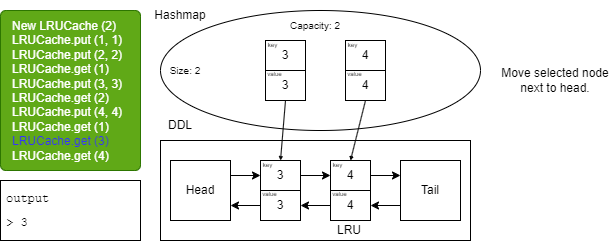
The draw.io diagram Final_Interview/slides/Slide14.png in bert799/CodingInterviews, before a commit. Source tidied: cells renumbered, new cells last; positions are measured from the earlier drawing's top-left corner, leaving out a move shared by most shapes. Its diagram source:
```xml
<mxGraphModel background="#ffffff">
  <root>
    <mxCell id="0" />
    <mxCell id="1" parent="0" />
    <mxCell id="2" value="&lt;span style=&quot;&quot;&gt;&#9;&lt;/span&gt;New LRUCache (2)&lt;br&gt;&lt;span style=&quot;&quot;&gt;&#9;&lt;/span&gt;LRUCache.put (1, 1)&lt;br&gt;&lt;span style=&quot;&quot;&gt;&#9;&lt;/span&gt;LRUCache.put (2, 2)&lt;br&gt;LRUCache.get (1)&lt;br&gt;LRUCache.put (3, 3)&lt;br&gt;LRUCache.get (2)&lt;br&gt;LRUCache.put (4, 4)&lt;br&gt;LRUCache.get (1)&lt;br&gt;&lt;font color=&quot;#3333ff&quot;&gt;LRUCache.get (3)&lt;br&gt;&lt;/font&gt;LRUCache.get (4)" style="rounded=1;whiteSpace=wrap;html=1;fillColor=#60a917;verticalAlign=top;align=left;arcSize=4;spacingTop=2;spacingLeft=10;spacingBottom=2;fontColor=#ffffff;strokeColor=#2D7600;" parent="1" vertex="1">
      <mxGeometry y="10" width="140" height="160" as="geometry" />
    </mxCell>
    <mxCell id="3" value="&lt;pre style=&quot;line-height: 0%;&quot;&gt;&lt;font color=&quot;#000000&quot;&gt;output&lt;/font&gt;&lt;/pre&gt;&lt;pre style=&quot;text-align: center; line-height: 0%;&quot;&gt;&lt;font color=&quot;#000000&quot;&gt;&lt;br&gt;&lt;/font&gt;&lt;/pre&gt;&lt;pre style=&quot;text-align: justify; line-height: 0%;&quot;&gt;&lt;font color=&quot;#000000&quot;&gt;&amp;gt; 3&lt;/font&gt;&lt;/pre&gt;" style="rounded=0;whiteSpace=wrap;html=1;verticalAlign=top;align=left;spacingLeft=4;fillColor=none;strokeColor=#000000;" parent="1" vertex="1">
      <mxGeometry y="180" width="140" height="60" as="geometry" />
    </mxCell>
    <mxCell id="4" style="rounded=0;whiteSpace=wrap;html=1;fontSize=12;fillColor=none;strokeColor=#000000;" parent="1" vertex="1">
      <mxGeometry x="160" y="140" width="310" height="100" as="geometry" />
    </mxCell>
    <mxCell id="5" style="edgeStyle=none;html=1;exitX=1;exitY=0.25;exitDx=0;exitDy=0;fontSize=10;fontColor=#FFFFFF;strokeColor=#000000;entryX=0;entryY=0.5;entryDx=0;entryDy=0;" parent="1" edge="1" source="6" target="28">
      <mxGeometry relative="1" as="geometry" />
    </mxCell>
    <mxCell id="6" value="&lt;font color=&quot;#000000&quot;&gt;Head&lt;/font&gt;" style="whiteSpace=wrap;html=1;rounded=0;strokeColor=#000000;fontSize=12;fillColor=none;" parent="1" vertex="1">
      <mxGeometry x="170" y="160" width="60" height="60" as="geometry" />
    </mxCell>
    <mxCell id="7" style="edgeStyle=none;html=1;exitX=0;exitY=0.75;exitDx=0;exitDy=0;entryX=1;entryY=0.5;entryDx=0;entryDy=0;strokeColor=#000000;fontSize=10;fontColor=#FFFFFF;" parent="1" edge="1" source="8" target="17">
      <mxGeometry relative="1" as="geometry" />
    </mxCell>
    <mxCell id="8" value="&lt;font color=&quot;#000000&quot;&gt;Tail&lt;/font&gt;" style="whiteSpace=wrap;html=1;rounded=0;strokeColor=#000000;fontSize=12;fillColor=none;" parent="1" vertex="1">
      <mxGeometry x="400" y="160" width="60" height="60" as="geometry" />
    </mxCell>
    <mxCell id="9" style="edgeStyle=none;html=1;exitX=1;exitY=0.5;exitDx=0;exitDy=0;entryX=0;entryY=0.25;entryDx=0;entryDy=0;strokeColor=#000000;fontSize=10;fontColor=#FFFFFF;" parent="1" edge="1" source="16" target="8">
      <mxGeometry relative="1" as="geometry" />
    </mxCell>
    <mxCell id="10" style="edgeStyle=none;html=1;exitX=0;exitY=0.5;exitDx=0;exitDy=0;strokeColor=#000000;fontSize=10;fontColor=#FFFFFF;entryX=1;entryY=0.5;entryDx=0;entryDy=0;" parent="1" edge="1" source="17" target="29">
      <mxGeometry relative="1" as="geometry" />
    </mxCell>
    <mxCell id="11" value="&lt;font style=&quot;font-size: 10px;&quot;&gt;Capacity: 2&lt;/font&gt;" style="text;html=1;strokeColor=none;fillColor=none;align=center;verticalAlign=middle;whiteSpace=wrap;rounded=0;fontColor=#000000;" parent="1" vertex="1">
      <mxGeometry x="280" y="10" width="70" height="30" as="geometry" />
    </mxCell>
    <mxCell id="12" style="ellipse;whiteSpace=wrap;html=1;fillColor=none;strokeColor=#000000;" parent="1" vertex="1">
      <mxGeometry x="160" y="10" width="320" height="120" as="geometry" />
    </mxCell>
    <mxCell id="13" value="&lt;font color=&quot;#000000&quot;&gt;Hashmap&lt;/font&gt;" style="text;html=1;strokeColor=none;fillColor=none;align=center;verticalAlign=middle;whiteSpace=wrap;rounded=0;" parent="1" vertex="1">
      <mxGeometry x="150" width="60" height="30" as="geometry" />
    </mxCell>
    <mxCell id="14" value="&lt;font color=&quot;#000000&quot;&gt;DDL&lt;/font&gt;" style="text;html=1;strokeColor=none;fillColor=none;align=center;verticalAlign=middle;whiteSpace=wrap;rounded=0;" parent="1" vertex="1">
      <mxGeometry x="150" y="110" width="60" height="30" as="geometry" />
    </mxCell>
    <mxCell id="15" style="group;" parent="1" vertex="1">
      <mxGeometry x="325" y="158" width="45" height="62" as="geometry" />
    </mxCell>
    <mxCell id="16" value="4" style="rounded=0;whiteSpace=wrap;html=1;strokeColor=#000000;fontSize=12;fontColor=#000000;fillColor=none;" parent="15" vertex="1">
      <mxGeometry x="5" y="2" width="40" height="30" as="geometry" />
    </mxCell>
    <mxCell id="17" value="4" style="rounded=0;whiteSpace=wrap;html=1;strokeColor=#000000;fontSize=12;fontColor=#000000;fillColor=none;" parent="15" vertex="1">
      <mxGeometry x="5" y="32" width="40" height="30" as="geometry" />
    </mxCell>
    <mxCell id="18" value="&lt;font style=&quot;font-size: 6px;&quot; color=&quot;#000000&quot;&gt;key&lt;/font&gt;" style="text;html=1;strokeColor=none;fillColor=none;align=center;verticalAlign=middle;whiteSpace=wrap;rounded=0;" parent="15" vertex="1">
      <mxGeometry width="25" height="10" as="geometry" />
    </mxCell>
    <mxCell id="19" value="&lt;font style=&quot;font-size: 6px;&quot; color=&quot;#000000&quot;&gt;value&lt;/font&gt;" style="text;html=1;strokeColor=none;fillColor=none;align=center;verticalAlign=middle;whiteSpace=wrap;rounded=0;" parent="15" vertex="1">
      <mxGeometry x="2" y="29" width="25" height="10" as="geometry" />
    </mxCell>
    <mxCell id="20" style="edgeStyle=none;html=1;exitX=0.5;exitY=1;exitDx=0;exitDy=0;fontSize=6;fillColor=#d80073;strokeColor=#000000;endSize=2;startSize=2;jumpSize=6;strokeWidth=1;entryX=0.5;entryY=0;entryDx=0;entryDy=0;" parent="1" edge="1" source="23" target="16">
      <mxGeometry relative="1" as="geometry" />
    </mxCell>
    <mxCell id="21" style="group;" parent="1" vertex="1">
      <mxGeometry x="340" y="38" width="45" height="62" as="geometry" />
    </mxCell>
    <mxCell id="22" value="4" style="rounded=0;whiteSpace=wrap;html=1;strokeColor=#000000;fontSize=12;fontColor=#000000;fillColor=none;" parent="21" vertex="1">
      <mxGeometry x="5" y="2" width="40" height="30" as="geometry" />
    </mxCell>
    <mxCell id="23" value="4" style="rounded=0;whiteSpace=wrap;html=1;strokeColor=#000000;fontSize=12;fontColor=#000000;fillColor=none;" parent="21" vertex="1">
      <mxGeometry x="5" y="32" width="40" height="30" as="geometry" />
    </mxCell>
    <mxCell id="24" value="&lt;font style=&quot;font-size: 6px;&quot; color=&quot;#000000&quot;&gt;key&lt;/font&gt;" style="text;html=1;strokeColor=none;fillColor=none;align=center;verticalAlign=middle;whiteSpace=wrap;rounded=0;" parent="21" vertex="1">
      <mxGeometry width="25" height="10" as="geometry" />
    </mxCell>
    <mxCell id="25" value="&lt;font style=&quot;font-size: 6px;&quot; color=&quot;#000000&quot;&gt;value&lt;/font&gt;" style="text;html=1;strokeColor=none;fillColor=none;align=center;verticalAlign=middle;whiteSpace=wrap;rounded=0;" parent="21" vertex="1">
      <mxGeometry x="2" y="29" width="25" height="10" as="geometry" />
    </mxCell>
    <mxCell id="26" value="LRU" style="text;html=1;strokeColor=none;fillColor=none;align=center;verticalAlign=middle;whiteSpace=wrap;rounded=0;fontSize=12;fontColor=#000000;" parent="1" vertex="1">
      <mxGeometry x="324" y="220" width="50" height="20" as="geometry" />
    </mxCell>
    <mxCell id="27" style="group;" parent="1" vertex="1">
      <mxGeometry x="255" y="158" width="45" height="62" as="geometry" />
    </mxCell>
    <mxCell id="28" value="3" style="rounded=0;whiteSpace=wrap;html=1;strokeColor=#000000;fontSize=12;fontColor=#000000;fillColor=none;" parent="27" vertex="1">
      <mxGeometry x="5" y="2" width="40" height="30" as="geometry" />
    </mxCell>
    <mxCell id="29" value="3" style="rounded=0;whiteSpace=wrap;html=1;strokeColor=#000000;fontSize=12;fontColor=#000000;fillColor=none;" parent="27" vertex="1">
      <mxGeometry x="5" y="32" width="40" height="30" as="geometry" />
    </mxCell>
    <mxCell id="30" value="&lt;font style=&quot;font-size: 6px;&quot; color=&quot;#000000&quot;&gt;key&lt;/font&gt;" style="text;html=1;strokeColor=none;fillColor=none;align=center;verticalAlign=middle;whiteSpace=wrap;rounded=0;" parent="27" vertex="1">
      <mxGeometry width="25" height="10" as="geometry" />
    </mxCell>
    <mxCell id="31" value="&lt;font style=&quot;font-size: 6px;&quot; color=&quot;#000000&quot;&gt;value&lt;/font&gt;" style="text;html=1;strokeColor=none;fillColor=none;align=center;verticalAlign=middle;whiteSpace=wrap;rounded=0;" parent="27" vertex="1">
      <mxGeometry x="2" y="29" width="25" height="10" as="geometry" />
    </mxCell>
    <mxCell id="32" style="edgeStyle=none;html=1;exitX=1;exitY=0.5;exitDx=0;exitDy=0;entryX=0;entryY=0.5;entryDx=0;entryDy=0;strokeColor=#000000;" parent="1" edge="1" source="28" target="16">
      <mxGeometry relative="1" as="geometry" />
    </mxCell>
    <mxCell id="33" style="edgeStyle=none;html=1;exitX=0;exitY=0.5;exitDx=0;exitDy=0;entryX=1;entryY=0.75;entryDx=0;entryDy=0;strokeColor=#000000;" parent="1" edge="1" source="29" target="6">
      <mxGeometry relative="1" as="geometry" />
    </mxCell>
    <mxCell id="34" style="group;" parent="1" vertex="1">
      <mxGeometry x="260" y="38" width="45" height="62" as="geometry" />
    </mxCell>
    <mxCell id="35" value="3" style="rounded=0;whiteSpace=wrap;html=1;strokeColor=#000000;fontSize=12;fontColor=#000000;fillColor=none;" parent="34" vertex="1">
      <mxGeometry x="5" y="2" width="40" height="30" as="geometry" />
    </mxCell>
    <mxCell id="36" value="3" style="rounded=0;whiteSpace=wrap;html=1;strokeColor=#000000;fontSize=12;fontColor=#000000;fillColor=none;" parent="34" vertex="1">
      <mxGeometry x="5" y="32" width="40" height="30" as="geometry" />
    </mxCell>
    <mxCell id="37" value="&lt;font style=&quot;font-size: 6px;&quot; color=&quot;#000000&quot;&gt;key&lt;/font&gt;" style="text;html=1;strokeColor=none;fillColor=none;align=center;verticalAlign=middle;whiteSpace=wrap;rounded=0;" parent="34" vertex="1">
      <mxGeometry width="25" height="10" as="geometry" />
    </mxCell>
    <mxCell id="38" value="&lt;font style=&quot;font-size: 6px;&quot; color=&quot;#000000&quot;&gt;value&lt;/font&gt;" style="text;html=1;strokeColor=none;fillColor=none;align=center;verticalAlign=middle;whiteSpace=wrap;rounded=0;" parent="34" vertex="1">
      <mxGeometry x="2" y="29" width="25" height="10" as="geometry" />
    </mxCell>
    <mxCell id="39" style="edgeStyle=none;html=1;exitX=0.5;exitY=1;exitDx=0;exitDy=0;strokeColor=#000000;endSize=2;startSize=2;entryX=0.5;entryY=0;entryDx=0;entryDy=0;" parent="1" edge="1" source="36" target="28">
      <mxGeometry relative="1" as="geometry" />
    </mxCell>
    <mxCell id="40" value="&lt;font style=&quot;font-size: 10px;&quot;&gt;Size: 2&lt;br&gt;&lt;/font&gt;" style="text;html=1;strokeColor=none;fillColor=none;align=center;verticalAlign=middle;whiteSpace=wrap;rounded=0;fontColor=#000000;" parent="1" vertex="1">
      <mxGeometry x="150" y="55" width="70" height="30" as="geometry" />
    </mxCell>
    <mxCell id="41" value="Move selected node next to head." style="text;html=1;strokeColor=none;fillColor=none;align=center;verticalAlign=middle;whiteSpace=wrap;rounded=0;fontColor=#000000;" parent="1" vertex="1">
      <mxGeometry x="500" y="65" width="110" height="30" as="geometry" />
    </mxCell>
  </root>
</mxGraphModel>
```
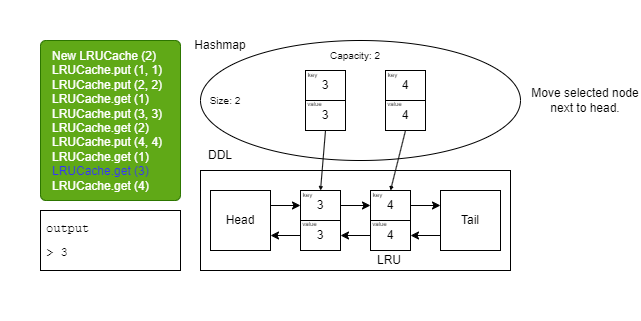
The same file after the commit.

Change to the diagram source:
```diff
@@ -2,6 +2,9 @@
   <root>
     <mxCell id="0" />
     <mxCell id="1" parent="0" />
+    <mxCell id="42" style="rounded=0;whiteSpace=wrap;html=1;fillColor=none;strokeColor=none;" parent="1" vertex="1">
+      <mxGeometry x="-40" y="-30" width="640" height="320" as="geometry" />
+    </mxCell>
     <mxCell id="2" value="&lt;span style=&quot;&quot;&gt;&#9;&lt;/span&gt;New LRUCache (2)&lt;br&gt;&lt;span style=&quot;&quot;&gt;&#9;&lt;/span&gt;LRUCache.put (1, 1)&lt;br&gt;&lt;span style=&quot;&quot;&gt;&#9;&lt;/span&gt;LRUCache.put (2, 2)&lt;br&gt;LRUCache.get (1)&lt;br&gt;LRUCache.put (3, 3)&lt;br&gt;LRUCache.get (2)&lt;br&gt;LRUCache.put (4, 4)&lt;br&gt;LRUCache.get (1)&lt;br&gt;&lt;font color=&quot;#3333ff&quot;&gt;LRUCache.get (3)&lt;br&gt;&lt;/font&gt;LRUCache.get (4)" style="rounded=1;whiteSpace=wrap;html=1;fillColor=#60a917;verticalAlign=top;align=left;arcSize=4;spacingTop=2;spacingLeft=10;spacingBottom=2;fontColor=#ffffff;strokeColor=#2D7600;" parent="1" vertex="1">
       <mxGeometry y="10" width="140" height="160" as="geometry" />
     </mxCell>
@@ -120,7 +123,7 @@
       <mxGeometry x="150" y="55" width="70" height="30" as="geometry" />
     </mxCell>
     <mxCell id="41" value="Move selected node next to head." style="text;html=1;strokeColor=none;fillColor=none;align=center;verticalAlign=middle;whiteSpace=wrap;rounded=0;fontColor=#000000;" parent="1" vertex="1">
-      <mxGeometry x="500" y="65" width="110" height="30" as="geometry" />
+      <mxGeometry x="490" y="55" width="110" height="30" as="geometry" />
     </mxCell>
   </root>
 </mxGraphModel>
```
